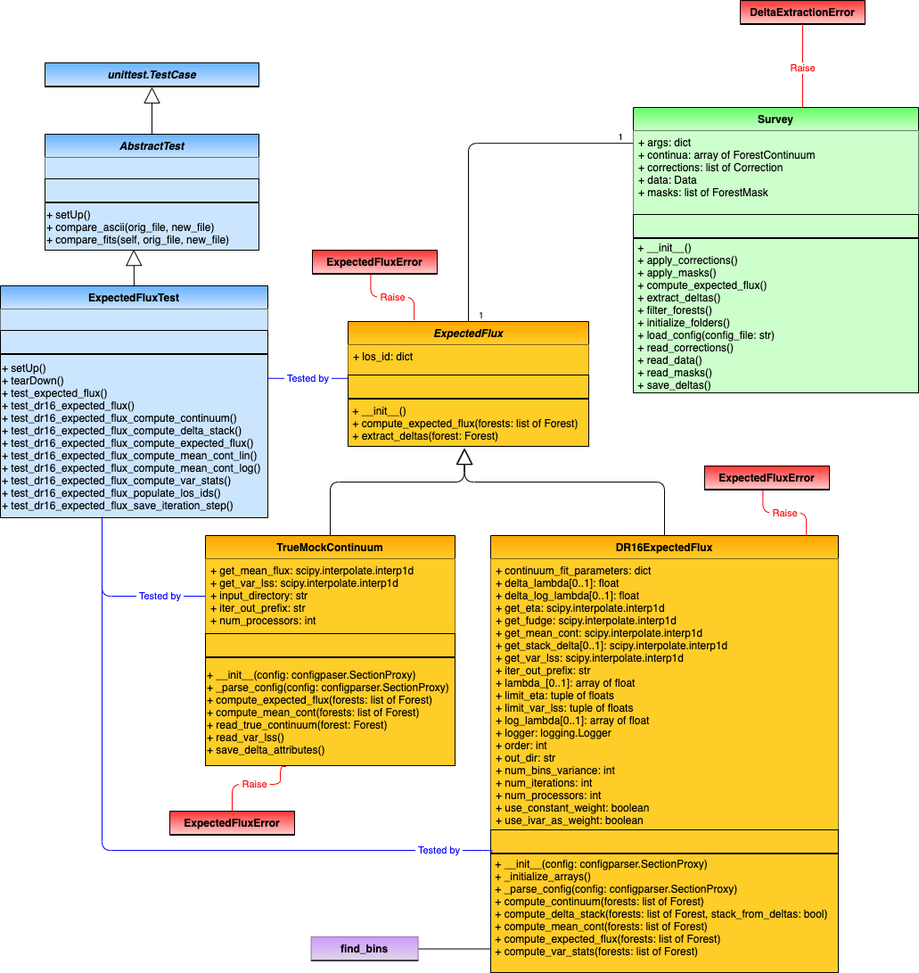
Above: docs/delta_extraction/data_model/data_model-ExpectedFlux.png in igmhub/picca (draw.io), before the change. Source tidied: cells renumbered, new cells last; positions are measured from the earlier drawing's top-left corner, leaving out a move shared by most shapes.
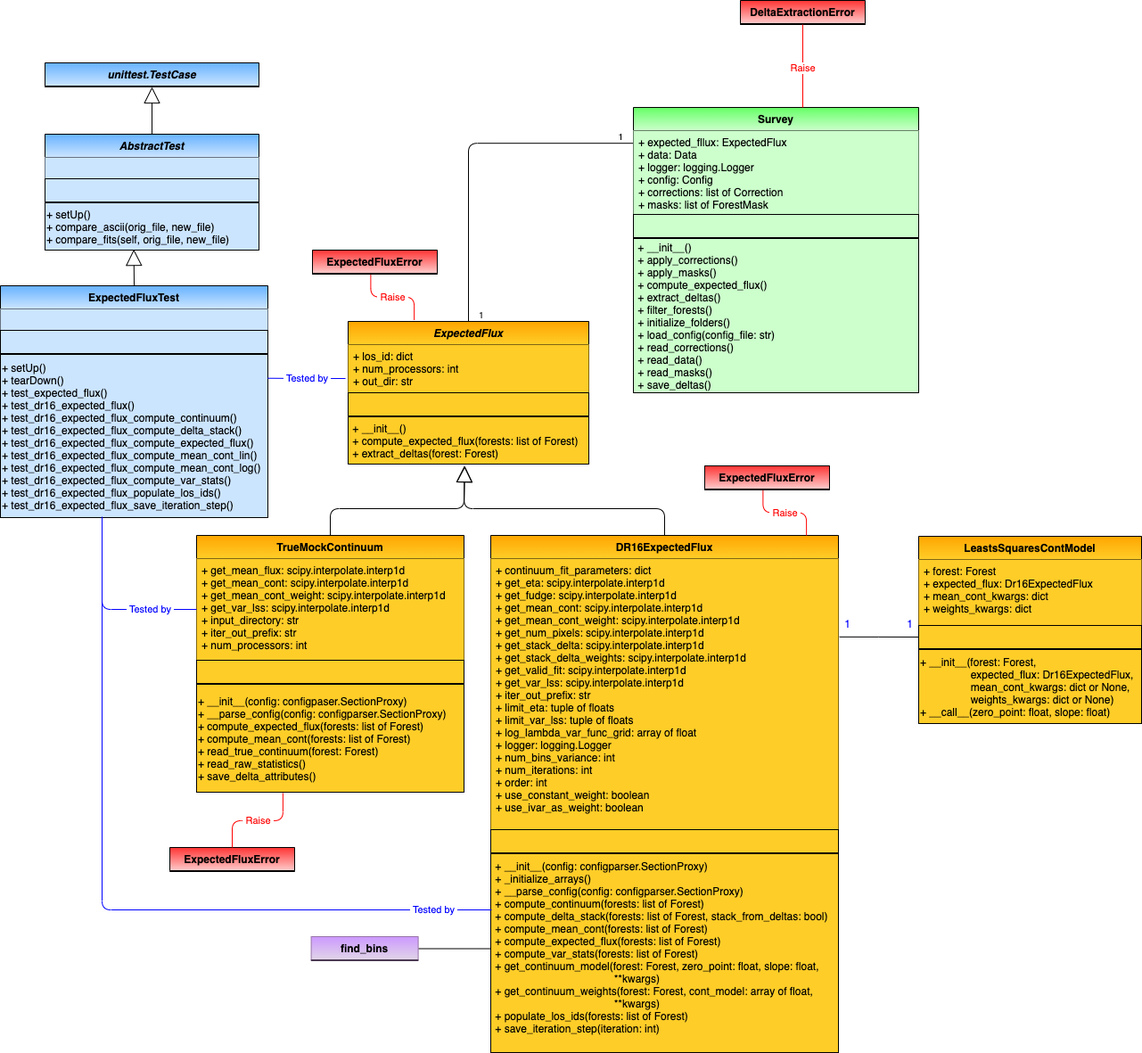
After the commit.

Commit message:
updated data model

What changed in the source:
```diff
@@ -20,3 +20,3 @@
     </mxCell>
-    <mxCell id="6" value="+ args: dict&#10;+ continua: array of ForestContinuum&#10;+ corrections: list of Correction&#10;+ data: Data&#10;+ masks: list of ForestMask&#10;" style="text;strokeColor=none;align=left;verticalAlign=top;spacingLeft=4;spacingRight=4;overflow=hidden;points=[[0,0.5],[1,0.5]];portConstraint=eastwest;gradientColor=none;fillColor=#CCFFCC;" parent="5" vertex="1">
+    <mxCell id="6" value="+ expected_fllux: ExpectedFlux&#10;+ data: Data&#10;+ logger: logging.Logger&#10;+ config: Config&#10;+ corrections: list of Correction&#10;+ masks: list of ForestMask" style="text;strokeColor=none;align=left;verticalAlign=top;spacingLeft=4;spacingRight=4;overflow=hidden;points=[[0,0.5],[1,0.5]];portConstraint=eastwest;gradientColor=none;fillColor=#CCFFCC;" parent="5" vertex="1">
       <mxGeometry y="26" width="320" height="94" as="geometry" />
@@ -33,15 +33,15 @@
     <mxCell id="10" value="ExpectedFlux" style="swimlane;fontStyle=3;horizontal=1;startSize=26;fillColor=#ffcd28;swimlaneFillColor=#ffffff;rounded=0;shadow=0;glass=0;comic=0;strokeColor=#000000;gradientColor=#ffa500;swimlaneLine=1;gradientDirection=north;" parent="1" vertex="1">
-      <mxGeometry x="390" y="360" width="270" height="140" as="geometry" />
+      <mxGeometry x="390" y="360" width="270" height="160" as="geometry" />
     </mxCell>
-    <mxCell id="11" value="+ los_id: dict" style="text;strokeColor=none;fillColor=#ffcd28;align=left;verticalAlign=top;spacingLeft=4;spacingRight=4;overflow=hidden;points=[[0,0.5],[1,0.5]];portConstraint=eastwest;gradientColor=none;" parent="10" vertex="1">
-      <mxGeometry y="26" width="270" height="34" as="geometry" />
+    <mxCell id="11" value="+ los_id: dict&#10;+ num_processors: int&#10;+ out_dir: str" style="text;strokeColor=none;fillColor=#ffcd28;align=left;verticalAlign=top;spacingLeft=4;spacingRight=4;overflow=hidden;points=[[0,0.5],[1,0.5]];portConstraint=eastwest;gradientColor=none;" parent="10" vertex="1">
+      <mxGeometry y="26" width="270" height="54" as="geometry" />
     </mxCell>
     <mxCell id="12" style="text;strokeColor=#000000;fillColor=#ffcd28;align=left;verticalAlign=middle;overflow=hidden;points=[[0,0.5],[1,0.5]];portConstraint=eastwest;rounded=0;shadow=0;glass=0;comic=0;fontStyle=0;gradientColor=none;swimlaneFillColor=#ffffff;gradientDirection=north;startSize=26;" parent="10" vertex="1">
-      <mxGeometry y="60" width="270" height="26" as="geometry" />
+      <mxGeometry y="80" width="270" height="26" as="geometry" />
     </mxCell>
     <mxCell id="13" style="line;strokeWidth=1;fillColor=none;align=left;verticalAlign=middle;spacingTop=-1;spacingLeft=3;spacingRight=3;labelPosition=right;rounded=0;shadow=0;glass=0;comic=0;" parent="10" vertex="1">
-      <mxGeometry y="86" width="270" height="1" as="geometry" />
+      <mxGeometry y="106" width="270" height="1" as="geometry" />
     </mxCell>
     <mxCell id="14" value=" + __init__()&#10; + compute_expected_flux(forests: list of Forest)&#10; + extract_deltas(forest: Forest)" style="text;strokeColor=#000000;fillColor=#ffcd28;align=left;verticalAlign=middle;overflow=hidden;points=[[0,0.5],[1,0.5]];portConstraint=eastwest;rounded=0;shadow=0;glass=0;comic=0;fontStyle=0;gradientColor=none;swimlaneFillColor=#ffffff;gradientDirection=north;startSize=26;" parent="10" vertex="1">
-      <mxGeometry y="87" width="270" height="53" as="geometry" />
+      <mxGeometry y="107" width="270" height="53" as="geometry" />
     </mxCell>
@@ -62,3 +62,3 @@
     </mxCell>
-    <mxCell id="20" value="&lt;font color=&quot;#0000ff&quot;&gt;&amp;nbsp;Tested by&amp;nbsp;&lt;/font&gt;" style="endArrow=none;html=1;edgeStyle=orthogonalEdgeStyle;strokeColor=#0000FF;entryX=1;entryY=0.146;entryDx=0;entryDy=0;entryPerimeter=0;exitX=-0.002;exitY=0.145;exitDx=0;exitDy=0;exitPerimeter=0;" parent="1" edge="1" source="12" target="19">
+    <mxCell id="20" value="&lt;font color=&quot;#0000ff&quot;&gt;&amp;nbsp;Tested by&amp;nbsp;&lt;/font&gt;" style="endArrow=none;html=1;edgeStyle=orthogonalEdgeStyle;strokeColor=#0000FF;entryX=1;entryY=0.146;entryDx=0;entryDy=0;entryPerimeter=0;exitX=-0.011;exitY=0.704;exitDx=0;exitDy=0;exitPerimeter=0;" parent="1" edge="1" source="11" target="19">
       <mxGeometry x="-0.02" relative="1" as="geometry" />
@@ -91,4 +91,4 @@
         <Array as="points">
-          <mxPoint x="745" y="540" />
-          <mxPoint x="521" y="540" />
+          <mxPoint x="745" y="570" />
+          <mxPoint x="520" y="570" />
         </Array>
@@ -97,5 +97,5 @@
     <mxCell id="29" value="DR16ExpectedFlux" style="swimlane;fontStyle=1;horizontal=1;startSize=26;fillColor=#ffcd28;swimlaneFillColor=#ffffff;rounded=0;shadow=0;glass=0;comic=0;strokeColor=#000000;gradientColor=#ffa500;swimlaneLine=1;gradientDirection=north;" parent="1" vertex="1">
-      <mxGeometry x="550" y="600" width="390" height="490" as="geometry" />
+      <mxGeometry x="550" y="600" width="390" height="580" as="geometry" />
     </mxCell>
-    <mxCell id="30" value="+ continuum_fit_parameters: dict&#10;+ delta_lambda[0..1]: float&#10;+ delta_log_lambda[0..1]: float&#10;+ get_eta: scipy.interpolate.interp1d&#10;+ get_fudge: scipy.interpolate.interp1d&#10;+ get_mean_cont: scipy.interpolate.interp1d&#10;+ get_stack_delta[0..1]: scipy.interpolate.interp1d &#10;+ get_var_lss: scipy.interpolate.interp1d&#10;+ iter_out_prefix: str&#10;+ lambda_[0..1]: array of float&#10;+ limit_eta: tuple of floats&#10;+ limit_var_lss: tuple of floats&#10;+ log_lambda[0..1]: array of float&#10;+ logger: logging.Logger&#10;+ order: int&#10;+ out_dir: str&#10;+ num_bins_variance: int&#10;+ num_iterations: int&#10;+ num_processors: int&#10;+ use_constant_weight: boolean&#10;+ use_ivar_as_weight: boolean&#10;" style="text;strokeColor=none;fillColor=#ffcd28;align=left;verticalAlign=top;spacingLeft=4;spacingRight=4;overflow=hidden;points=[[0,0.5],[1,0.5]];portConstraint=eastwest;gradientColor=none;" parent="29" vertex="1">
+    <mxCell id="30" value="+ continuum_fit_parameters: dict&#10;+ get_eta: scipy.interpolate.interp1d&#10;+ get_fudge: scipy.interpolate.interp1d&#10;+ get_mean_cont: scipy.interpolate.interp1d&#10;+ get_mean_cont_weight: scipy.interpolate.interp1d&#10;+ get_num_pixels: scipy.interpolate.interp1d&#10;+ get_stack_delta: scipy.interpolate.interp1d &#10;+ get_stack_delta_weights: scipy.interpolate.interp1d&#10;+ get_valid_fit: scipy.interpolate.interp1d&#10;+ get_var_lss: scipy.interpolate.interp1d&#10;+ iter_out_prefix: str&#10;+ limit_eta: tuple of floats&#10;+ limit_var_lss: tuple of floats&#10;+ log_lambda_var_func_grid: array of float&#10;+ logger: logging.Logger&#10;+ num_bins_variance: int&#10;+ num_iterations: int&#10;+ order: int&#10;+ use_constant_weight: boolean&#10;+ use_ivar_as_weight: boolean" style="text;strokeColor=none;fillColor=#ffcd28;align=left;verticalAlign=top;spacingLeft=4;spacingRight=4;overflow=hidden;points=[[0,0.5],[1,0.5]];portConstraint=eastwest;gradientColor=none;" parent="29" vertex="1">
       <mxGeometry y="26" width="390" height="304" as="geometry" />
@@ -108,19 +108,19 @@
     </mxCell>
-    <mxCell id="33" value=" + __init__(config: configparser.SectionProxy)&#10; + _initialize_arrays()&#10; + _parse_config(config: configparser.SectionProxy)&#10; + compute_continuum(forests: list of Forest)&#10; + compute_delta_stack(forests: list of Forest, stack_from_deltas: bool)&#10; + compute_mean_cont(forests: list of Forest)&#10; + compute_expected_flux(forests: list of Forest)&#10; + compute_var_stats(forests: list of Forest)&#10;" style="text;strokeColor=#000000;fillColor=#ffcd28;align=left;verticalAlign=middle;overflow=hidden;rounded=0;shadow=0;glass=0;comic=0;fontStyle=0;gradientColor=none;swimlaneFillColor=#ffffff;gradientDirection=north;startSize=26;" parent="29" vertex="1">
-      <mxGeometry y="357" width="390" height="133" as="geometry" />
+    <mxCell id="33" value=" + __init__(config: configparser.SectionProxy)&#10; + _initialize_arrays()&#10; + __parse_config(config: configparser.SectionProxy)&#10; + compute_continuum(forests: list of Forest)&#10; + compute_delta_stack(forests: list of Forest, stack_from_deltas: bool)&#10; + compute_mean_cont(forests: list of Forest)&#10; + compute_expected_flux(forests: list of Forest)&#10; + compute_var_stats(forests: list of Forest)&#10; + get_continuum_model(forest: Forest, zero_point: float, slope: float, &#10;                                         **kwargs)&#10; + get_continuum_weights(forest: Forest, cont_model: array of float,&#10;                                         **kwargs)&#10; + populate_los_ids(forests: list of Forest)&#10; + save_iteration_step(iteration: int)&#10;" style="text;strokeColor=#000000;fillColor=#ffcd28;align=left;verticalAlign=middle;overflow=hidden;rounded=0;shadow=0;glass=0;comic=0;fontStyle=0;gradientColor=none;swimlaneFillColor=#ffffff;gradientDirection=north;startSize=26;" parent="29" vertex="1">
+      <mxGeometry y="357" width="390" height="223" as="geometry" />
     </mxCell>
     <mxCell id="34" value="TrueMockContinuum" style="swimlane;fontStyle=1;horizontal=1;startSize=26;fillColor=#ffcd28;swimlaneFillColor=#ffffff;rounded=0;shadow=0;glass=0;comic=0;strokeColor=#000000;gradientColor=#ffa500;swimlaneLine=1;gradientDirection=north;" parent="1" vertex="1">
-      <mxGeometry x="230" y="600" width="280" height="258" as="geometry" />
+      <mxGeometry x="220" y="600" width="300" height="288" as="geometry" />
     </mxCell>
-    <mxCell id="35" value="+ get_mean_flux: scipy.interpolate.interp1d&#10;+ get_var_lss: scipy.interpolate.interp1d&#10;+ input_directory: str&#10;+ iter_out_prefix: str&#10;+ num_processors: int" style="text;strokeColor=none;fillColor=#ffcd28;align=left;verticalAlign=top;spacingLeft=4;spacingRight=4;overflow=hidden;points=[[0,0.5],[1,0.5]];portConstraint=eastwest;gradientColor=none;" parent="34" vertex="1">
-      <mxGeometry y="26" width="280" height="84" as="geometry" />
+    <mxCell id="35" value="+ get_mean_flux: scipy.interpolate.interp1d&#10;+ get_mean_cont: scipy.interpolate.interp1d&#10;+ get_mean_cont_weight: scipy.interpolate.interp1d&#10;+ get_var_lss: scipy.interpolate.interp1d&#10;+ input_directory: str&#10;+ iter_out_prefix: str&#10;+ num_processors: int" style="text;strokeColor=none;fillColor=#ffcd28;align=left;verticalAlign=top;spacingLeft=4;spacingRight=4;overflow=hidden;points=[[0,0.5],[1,0.5]];portConstraint=eastwest;gradientColor=none;" parent="34" vertex="1">
+      <mxGeometry y="26" width="300" height="114" as="geometry" />
     </mxCell>
     <mxCell id="36" style="text;strokeColor=#000000;fillColor=#ffcd28;align=left;verticalAlign=middle;overflow=hidden;rounded=0;shadow=0;glass=0;comic=0;fontStyle=0;gradientColor=none;swimlaneFillColor=#ffffff;gradientDirection=north;startSize=26;" parent="34" vertex="1">
-      <mxGeometry y="110" width="280" height="26" as="geometry" />
+      <mxGeometry y="140" width="300" height="26" as="geometry" />
     </mxCell>
     <mxCell id="37" style="line;strokeWidth=1;fillColor=none;align=left;verticalAlign=middle;spacingTop=-1;spacingLeft=3;spacingRight=3;labelPosition=right;rounded=0;shadow=0;glass=0;comic=0;" parent="34" vertex="1">
-      <mxGeometry y="136" width="280" height="1" as="geometry" />
+      <mxGeometry y="166" width="300" height="1" as="geometry" />
     </mxCell>
-    <mxCell id="38" value="+ __init__(config: configpaser.SectionProxy)&#10;+ _parse_config(config: configparser.SectionProxy)&#10;+ compute_expected_flux(forests: list of Forest)&#10;+ compute_mean_cont(forests: list of Forest)&#10;+ read_true_continuum(forest: Forest)&#10;+ read_var_lss()&#10;+ save_delta_attributes()" style="text;strokeColor=#000000;fillColor=#ffcd28;align=left;verticalAlign=middle;overflow=hidden;points=[[0,0.5],[1,0.5]];portConstraint=eastwest;rounded=0;shadow=0;glass=0;comic=0;fontStyle=0;gradientColor=none;swimlaneFillColor=#ffffff;gradientDirection=north;startSize=26;" parent="34" vertex="1">
-      <mxGeometry y="137" width="280" height="121" as="geometry" />
+    <mxCell id="38" value="+ __init__(config: configpaser.SectionProxy)&#10;+ __parse_config(config: configparser.SectionProxy)&#10;+ compute_expected_flux(forests: list of Forest)&#10;+ compute_mean_cont(forests: list of Forest)&#10;+ read_true_continuum(forest: Forest)&#10;+ read_raw_statistics()&#10;+ save_delta_attributes()" style="text;strokeColor=#000000;fillColor=#ffcd28;align=left;verticalAlign=middle;overflow=hidden;points=[[0,0.5],[1,0.5]];portConstraint=eastwest;rounded=0;shadow=0;glass=0;comic=0;fontStyle=0;gradientColor=none;swimlaneFillColor=#ffffff;gradientDirection=north;startSize=26;" parent="34" vertex="1">
+      <mxGeometry y="167" width="300" height="121" as="geometry" />
     </mxCell>
@@ -129,4 +129,4 @@
         <Array as="points">
-          <mxPoint x="370" y="540" />
-          <mxPoint x="520" y="540" />
+          <mxPoint x="370" y="570" />
+          <mxPoint x="520" y="570" />
         </Array>
@@ -175,7 +175,8 @@
     </mxCell>
-    <mxCell id="51" value="&lt;font color=&quot;#0000ff&quot;&gt;&amp;nbsp;Tested by&amp;nbsp;&lt;/font&gt;" style="endArrow=none;html=1;edgeStyle=orthogonalEdgeStyle;strokeColor=#0000FF;entryX=0.38;entryY=0.998;entryDx=0;entryDy=0;entryPerimeter=0;exitX=0.003;exitY=-1;exitDx=0;exitDy=0;exitPerimeter=0;" parent="1" edge="1" source="32" target="19">
+    <mxCell id="51" value="&lt;font color=&quot;#0000ff&quot;&gt;&amp;nbsp;Tested by&amp;nbsp;&lt;/font&gt;" style="endArrow=none;html=1;edgeStyle=orthogonalEdgeStyle;strokeColor=#0000FF;entryX=0.38;entryY=0.998;entryDx=0;entryDy=0;entryPerimeter=0;" parent="1" edge="1" target="19">
       <mxGeometry x="-0.85" relative="1" as="geometry">
+        <mxPoint x="551" y="1020" as="sourcePoint" />
         <Array as="points">
-          <mxPoint x="551" y="953" />
-          <mxPoint x="114" y="953" />
+          <mxPoint x="551" y="1020" />
+          <mxPoint x="114" y="1020" />
         </Array>
@@ -207,3 +208,3 @@
         <Array as="points">
-          <mxPoint x="114" y="668" />
+          <mxPoint x="114" y="683" />
         </Array>
@@ -217,3 +218,3 @@
     <mxCell id="59" value="ExpectedFluxError" style="swimlane;fontStyle=1;horizontal=1;startSize=26;swimlaneFillColor=#ffffff;rounded=0;shadow=0;glass=0;comic=0;strokeColor=#000000;swimlaneLine=1;gradientDirection=north;fillColor=#FFCCCC;gradientColor=#FF3333;" parent="1" vertex="1">
-      <mxGeometry x="190" y="909.1" width="140" height="27" as="geometry" />
+      <mxGeometry x="190" y="950" width="140" height="27" as="geometry" />
     </mxCell>
@@ -225,4 +226,4 @@
         <Array as="points">
-          <mxPoint x="314" y="879" />
-          <mxPoint x="260" y="879" />
+          <mxPoint x="317" y="920" />
+          <mxPoint x="260" y="920" />
         </Array>
@@ -246,2 +247,26 @@
     </mxCell>
+    <mxCell id="66" value="LeastsSquaresContModel" style="swimlane;fontStyle=1;horizontal=1;startSize=26;fillColor=#ffcd28;swimlaneFillColor=#ffffff;rounded=0;shadow=0;glass=0;comic=0;strokeColor=#000000;gradientColor=#ffa500;swimlaneLine=1;gradientDirection=north;" parent="1" vertex="1">
+      <mxGeometry x="1030" y="601" width="250" height="210" as="geometry" />
+    </mxCell>
+    <mxCell id="67" value="+ forest: Forest&#10;+ expected_flux: Dr16ExpectedFlux&#10;+ mean_cont_kwargs: dict&#10;+ weights_kwargs: dict&#10;" style="text;strokeColor=none;fillColor=#ffcd28;align=left;verticalAlign=top;spacingLeft=4;spacingRight=4;overflow=hidden;gradientColor=none;" parent="66" vertex="1">
+      <mxGeometry y="26" width="250" height="74" as="geometry" />
+    </mxCell>
+    <mxCell id="68" style="text;strokeColor=#000000;fillColor=#ffcd28;align=left;verticalAlign=middle;overflow=hidden;points=[[0,0.5],[1,0.5]];portConstraint=eastwest;rounded=0;shadow=0;glass=0;comic=0;fontStyle=0;gradientColor=none;swimlaneFillColor=#ffffff;gradientDirection=north;startSize=26;" parent="66" vertex="1">
+      <mxGeometry y="100" width="250" height="26" as="geometry" />
+    </mxCell>
+    <mxCell id="69" style="line;strokeWidth=1;fillColor=none;align=left;verticalAlign=middle;spacingTop=-1;spacingLeft=3;spacingRight=3;labelPosition=right;rounded=0;shadow=0;glass=0;comic=0;" parent="66" vertex="1">
+      <mxGeometry y="126" width="250" height="1" as="geometry" />
+    </mxCell>
+    <mxCell id="70" value="+ __init__(forest: Forest, &#10;                 expected_flux: Dr16ExpectedFlux,&#10;                 mean_cont_kwargs: dict or None,&#10;                 weights_kwargs: dict or None)&#10;+ __call__(zero_point: float, slope: float)" style="text;strokeColor=#000000;fillColor=#ffcd28;align=left;verticalAlign=middle;overflow=hidden;rounded=0;shadow=0;glass=0;comic=0;fontStyle=0;gradientColor=none;swimlaneFillColor=#ffffff;gradientDirection=north;startSize=26;" parent="66" vertex="1">
+      <mxGeometry y="127" width="250" height="83" as="geometry" />
+    </mxCell>
+    <mxCell id="71" style="edgeStyle=orthogonalEdgeStyle;rounded=0;jettySize=auto;html=1;exitX=1.003;exitY=0.289;exitDx=0;exitDy=0;endArrow=none;endFill=0;entryX=0;entryY=0.5;entryDx=0;entryDy=0;exitPerimeter=0;" parent="1" edge="1" source="30" target="68">
+      <mxGeometry relative="1" as="geometry" />
+    </mxCell>
+    <mxCell id="72" value="1" style="text;html=1;align=center;verticalAlign=middle;strokeColor=none;fillColor=none;fontColor=#0000FF;" parent="1" vertex="1">
+      <mxGeometry x="940" y="690" width="20" height="20" as="geometry" />
+    </mxCell>
+    <mxCell id="73" value="1" style="text;html=1;align=center;verticalAlign=middle;strokeColor=none;fillColor=none;fontColor=#0000FF;" parent="1" vertex="1">
+      <mxGeometry x="1010" y="690" width="20" height="20" as="geometry" />
+    </mxCell>
   </root>
```
